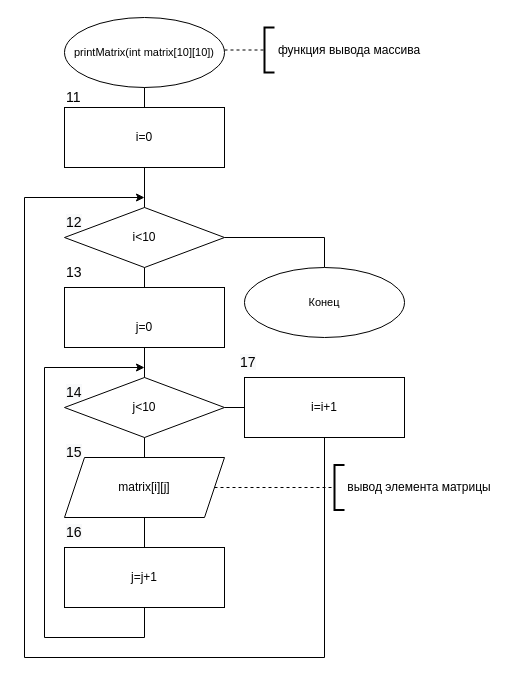
The draw.io diagram page "Page-2" (2 of 3) of Untitled Diagram.drawio in Maquim4/repository_for_challenge, before the edit. Source tidied: cells renumbered, new cells numbered last; positions are measured from the earlier drawing's top-left corner, leaving out a move shared by most shapes. Both pictures are drawn from the tidied source at 100%, with x=0, y=0 at pixel (24, 17).
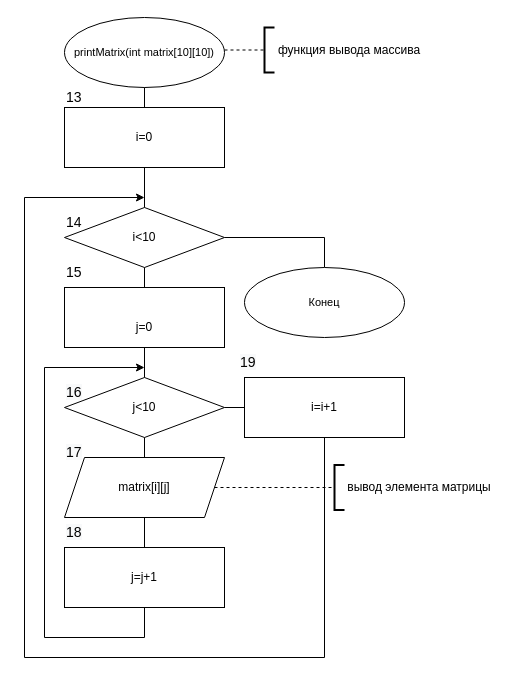
Above is the later version.

Diff of the diagram source:
```diff
@@
-    <mxCell id="23" value="&lt;div style=&quot;text-align: center;&quot;&gt;&lt;span style=&quot;background-color: initial;&quot;&gt;11&lt;/span&gt;&lt;/div&gt;" style="text;whiteSpace=wrap;html=1;fontSize=14;" parent="1" vertex="1">
+    <mxCell id="23" value="&lt;div style=&quot;text-align: center;&quot;&gt;&lt;span style=&quot;background-color: initial;&quot;&gt;13&lt;/span&gt;&lt;/div&gt;" style="text;whiteSpace=wrap;html=1;fontSize=14;" parent="1" vertex="1">
       <mxGeometry x="40" y="65" width="80" height="40" as="geometry" />
     </mxCell>
-    <mxCell id="24" value="&lt;span style=&quot;color: rgb(0, 0, 0); font-family: Helvetica; font-size: 14px; font-style: normal; font-variant-ligatures: normal; font-variant-caps: normal; font-weight: 400; letter-spacing: normal; orphans: 2; text-align: center; text-indent: 0px; text-transform: none; widows: 2; word-spacing: 0px; -webkit-text-stroke-width: 0px; background-color: rgb(248, 249, 250); text-decoration-thickness: initial; text-decoration-style: initial; text-decoration-color: initial; float: none; display: inline !important;&quot;&gt;12&lt;/span&gt;" style="text;whiteSpace=wrap;html=1;fontSize=14;" parent="1" vertex="1">
+    <mxCell id="24" value="&lt;div style=&quot;text-align: center;&quot;&gt;14&lt;/div&gt;" style="text;whiteSpace=wrap;html=1;fontSize=14;" parent="1" vertex="1">
       <mxGeometry x="40" y="190" width="40" height="40" as="geometry" />
     </mxCell>
-    <mxCell id="25" value="&lt;div style=&quot;text-align: center;&quot;&gt;13&lt;/div&gt;" style="text;whiteSpace=wrap;html=1;fontSize=14;" parent="1" vertex="1">
+    <mxCell id="25" value="&lt;div style=&quot;text-align: center;&quot;&gt;15&lt;/div&gt;" style="text;whiteSpace=wrap;html=1;fontSize=14;" parent="1" vertex="1">
       <mxGeometry x="40" y="240" width="40" height="40" as="geometry" />
     </mxCell>
-    <mxCell id="26" value="&lt;span style=&quot;color: rgb(0, 0, 0); font-family: Helvetica; font-size: 14px; font-style: normal; font-variant-ligatures: normal; font-variant-caps: normal; font-weight: 400; letter-spacing: normal; orphans: 2; text-align: center; text-indent: 0px; text-transform: none; widows: 2; word-spacing: 0px; -webkit-text-stroke-width: 0px; background-color: rgb(248, 249, 250); text-decoration-thickness: initial; text-decoration-style: initial; text-decoration-color: initial; float: none; display: inline !important;&quot;&gt;14&lt;/span&gt;" style="text;whiteSpace=wrap;html=1;fontSize=14;" parent="1" vertex="1">
+    <mxCell id="26" value="&lt;span style=&quot;color: rgb(0, 0, 0); font-family: Helvetica; font-size: 14px; font-style: normal; font-variant-ligatures: normal; font-variant-caps: normal; font-weight: 400; letter-spacing: normal; orphans: 2; text-align: center; text-indent: 0px; text-transform: none; widows: 2; word-spacing: 0px; -webkit-text-stroke-width: 0px; background-color: rgb(248, 249, 250); text-decoration-thickness: initial; text-decoration-style: initial; text-decoration-color: initial; float: none; display: inline !important;&quot;&gt;16&lt;/span&gt;" style="text;whiteSpace=wrap;html=1;fontSize=14;" parent="1" vertex="1">
       <mxGeometry x="40" y="360" width="40" height="40" as="geometry" />
     </mxCell>
-    <mxCell id="27" value="&lt;span style=&quot;color: rgb(0, 0, 0); font-family: Helvetica; font-size: 14px; font-style: normal; font-variant-ligatures: normal; font-variant-caps: normal; font-weight: 400; letter-spacing: normal; orphans: 2; text-align: center; text-indent: 0px; text-transform: none; widows: 2; word-spacing: 0px; -webkit-text-stroke-width: 0px; background-color: rgb(248, 249, 250); text-decoration-thickness: initial; text-decoration-style: initial; text-decoration-color: initial; float: none; display: inline !important;&quot;&gt;15&lt;/span&gt;" style="text;whiteSpace=wrap;html=1;fontSize=14;" parent="1" vertex="1">
+    <mxCell id="27" value="&lt;span style=&quot;color: rgb(0, 0, 0); font-family: Helvetica; font-size: 14px; font-style: normal; font-variant-ligatures: normal; font-variant-caps: normal; font-weight: 400; letter-spacing: normal; orphans: 2; text-align: center; text-indent: 0px; text-transform: none; widows: 2; word-spacing: 0px; -webkit-text-stroke-width: 0px; background-color: rgb(248, 249, 250); text-decoration-thickness: initial; text-decoration-style: initial; text-decoration-color: initial; float: none; display: inline !important;&quot;&gt;17&lt;/span&gt;" style="text;whiteSpace=wrap;html=1;fontSize=14;" parent="1" vertex="1">
       <mxGeometry x="40" y="420" width="40" height="40" as="geometry" />
     </mxCell>
-    <mxCell id="28" value="&lt;span style=&quot;color: rgb(0, 0, 0); font-family: Helvetica; font-size: 14px; font-style: normal; font-variant-ligatures: normal; font-variant-caps: normal; font-weight: 400; letter-spacing: normal; orphans: 2; text-align: center; text-indent: 0px; text-transform: none; widows: 2; word-spacing: 0px; -webkit-text-stroke-width: 0px; background-color: rgb(248, 249, 250); text-decoration-thickness: initial; text-decoration-style: initial; text-decoration-color: initial; float: none; display: inline !important;&quot;&gt;16&lt;/span&gt;" style="text;whiteSpace=wrap;html=1;fontSize=14;" parent="1" vertex="1">
+    <mxCell id="28" value="&lt;span style=&quot;color: rgb(0, 0, 0); font-family: Helvetica; font-size: 14px; font-style: normal; font-variant-ligatures: normal; font-variant-caps: normal; font-weight: 400; letter-spacing: normal; orphans: 2; text-align: center; text-indent: 0px; text-transform: none; widows: 2; word-spacing: 0px; -webkit-text-stroke-width: 0px; background-color: rgb(248, 249, 250); text-decoration-thickness: initial; text-decoration-style: initial; text-decoration-color: initial; float: none; display: inline !important;&quot;&gt;18&lt;/span&gt;" style="text;whiteSpace=wrap;html=1;fontSize=14;" parent="1" vertex="1">
       <mxGeometry x="40" y="500" width="40" height="40" as="geometry" />
     </mxCell>
-    <mxCell id="29" value="&lt;span style=&quot;color: rgb(0, 0, 0); font-family: Helvetica; font-size: 14px; font-style: normal; font-variant-ligatures: normal; font-variant-caps: normal; font-weight: 400; letter-spacing: normal; orphans: 2; text-align: center; text-indent: 0px; text-transform: none; widows: 2; word-spacing: 0px; -webkit-text-stroke-width: 0px; background-color: rgb(248, 249, 250); text-decoration-thickness: initial; text-decoration-style: initial; text-decoration-color: initial; float: none; display: inline !important;&quot;&gt;17&lt;/span&gt;" style="text;whiteSpace=wrap;html=1;fontSize=14;" parent="1" vertex="1">
+    <mxCell id="29" value="&lt;span style=&quot;color: rgb(0, 0, 0); font-family: Helvetica; font-size: 14px; font-style: normal; font-variant-ligatures: normal; font-variant-caps: normal; font-weight: 400; letter-spacing: normal; orphans: 2; text-align: center; text-indent: 0px; text-transform: none; widows: 2; word-spacing: 0px; -webkit-text-stroke-width: 0px; background-color: rgb(248, 249, 250); text-decoration-thickness: initial; text-decoration-style: initial; text-decoration-color: initial; float: none; display: inline !important;&quot;&gt;19&lt;/span&gt;" style="text;whiteSpace=wrap;html=1;fontSize=14;" parent="1" vertex="1">
       <mxGeometry x="214" y="330" width="40" height="40" as="geometry" />
     </mxCell>
```
